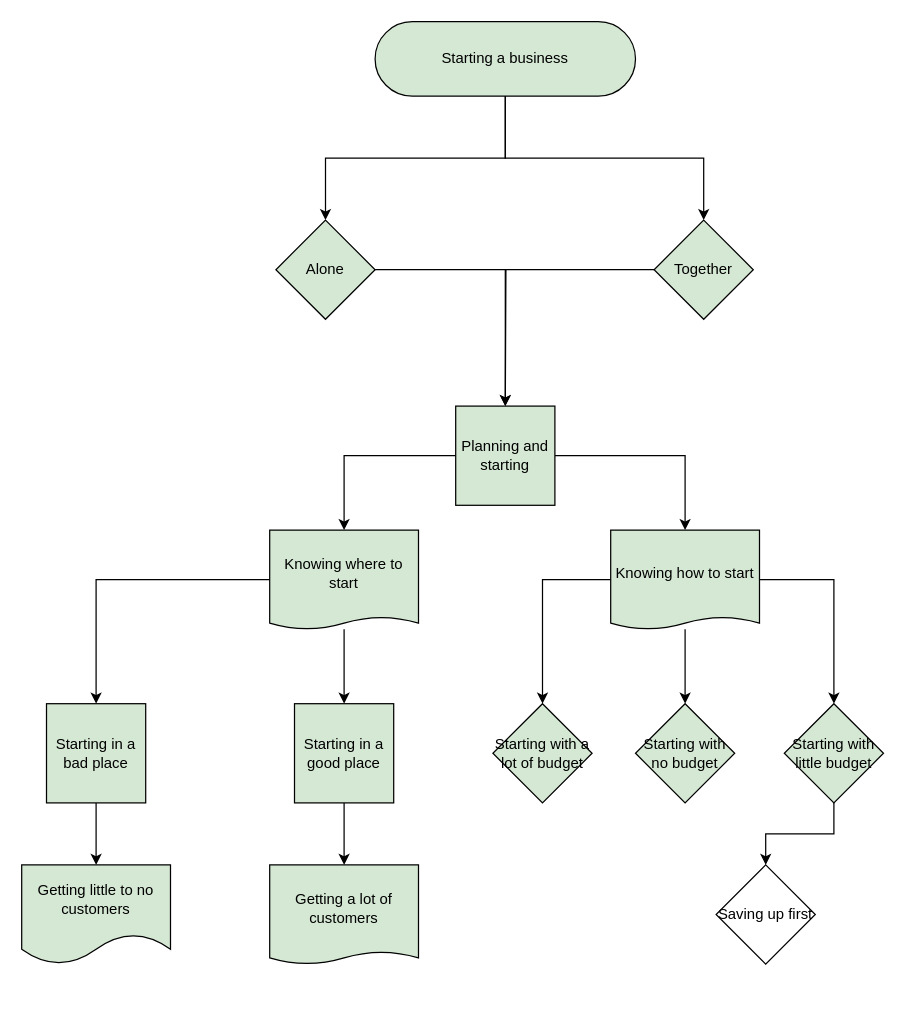
Above: abdullah abdulaziz alghamdi.drawio in saucecap/draw.io2 (draw.io), before the change. Source tidied: cells renumbered, new cells numbered last; positions are measured from the earlier drawing's top-left corner, leaving out a move shared by most shapes. Both pictures are drawn from the tidied source at 124%, with x=0, y=0 at pixel (21, 21).
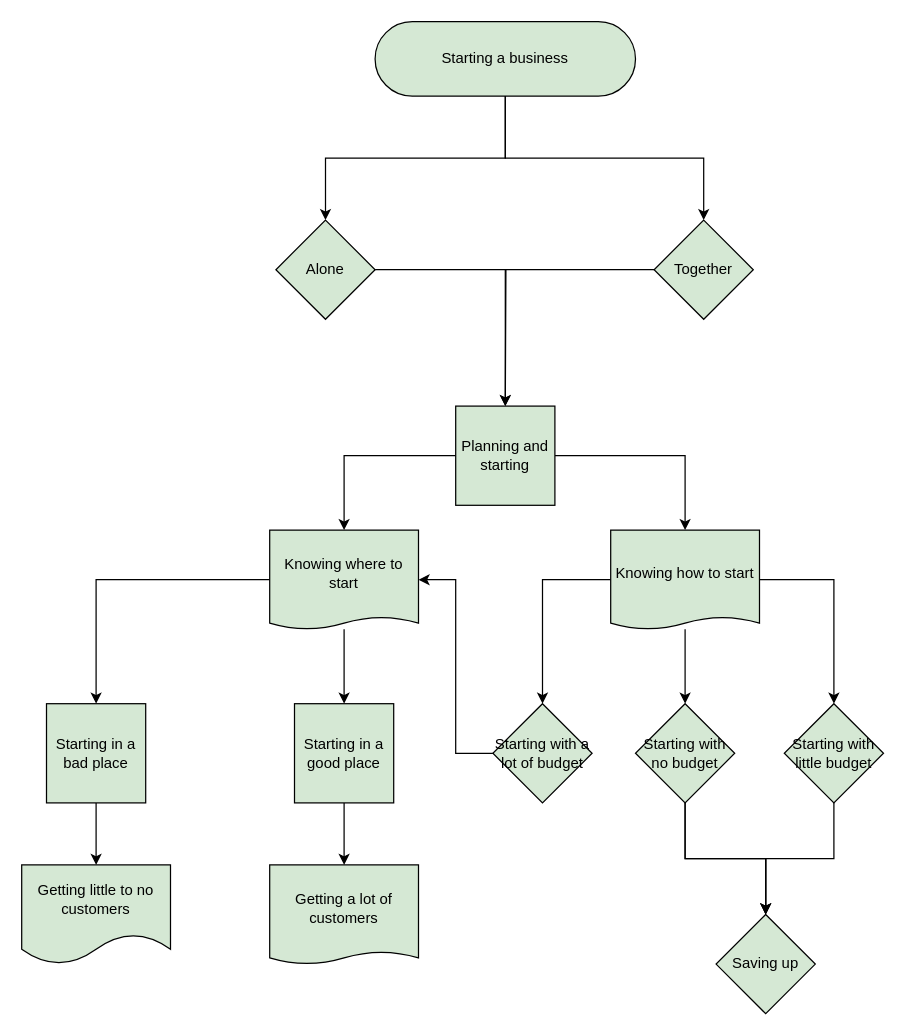
The same diagram, later.

The change refers to these unchanged cells:
```xml
<mxCell id="15" value="Knowing where to start" style="shape=document;whiteSpace=wrap;html=1;boundedLbl=1;fillColor=#d5e8d4;strokeColor=#000000;size=0.125;" parent="1" vertex="1">
  <mxGeometry x="200" y="410" width="120" height="80" as="geometry" />
</mxCell>
<mxCell id="26" value="Starting with no budget" style="rhombus;whiteSpace=wrap;html=1;fillColor=#d5e8d4;strokeColor=#000000;" parent="1" vertex="1">
  <mxGeometry x="495" y="550" width="80" height="80" as="geometry" />
</mxCell>
<mxCell id="28" value="Starting with little budget" style="rhombus;whiteSpace=wrap;html=1;fillColor=#d5e8d4;strokeColor=#000000;" parent="1" vertex="1">
  <mxGeometry x="615" y="550" width="80" height="80" as="geometry" />
</mxCell>
<mxCell id="29" value="Starting with a lot of budget" style="rhombus;whiteSpace=wrap;html=1;fillColor=#d5e8d4;strokeColor=#000000;" parent="1" vertex="1">
  <mxGeometry x="380" y="550" width="80" height="80" as="geometry" />
</mxCell>
```

Diff of the diagram source:
```diff
@@
+    <mxCell id="31" style="edgeStyle=orthogonalEdgeStyle;rounded=0;jettySize=auto;html=1;entryX=0.5;entryY=0;entryDx=0;entryDy=0;" parent="1" edge="1" source="26" target="35">
+      <mxGeometry relative="1" as="geometry" />
+    </mxCell>
+    <mxCell id="32" style="edgeStyle=orthogonalEdgeStyle;rounded=0;jettySize=auto;html=1;" parent="1" edge="1" source="26" target="35">
+      <mxGeometry relative="1" as="geometry" />
+    </mxCell>
@@
-    <mxCell id="27" style="edgeStyle=orthogonalEdgeStyle;rounded=0;jettySize=auto;html=1;entryX=0.5;entryY=0;entryDx=0;entryDy=0;" parent="1" edge="1" source="28" target="30">
-      <mxGeometry relative="1" as="geometry" />
-    </mxCell>
+    <mxCell id="33" style="edgeStyle=orthogonalEdgeStyle;rounded=0;jettySize=auto;html=1;" parent="1" edge="1" source="28" target="35">
+      <mxGeometry relative="1" as="geometry" />
+    </mxCell>
@@
+    <mxCell id="34" style="edgeStyle=orthogonalEdgeStyle;rounded=0;jettySize=auto;html=1;entryX=1;entryY=0.5;entryDx=0;entryDy=0;" parent="1" edge="1" source="29" target="15">
+      <mxGeometry relative="1" as="geometry" />
+    </mxCell>
@@
-    <mxCell id="30" value="Saving up first" style="rhombus;whiteSpace=wrap;html=1;" parent="1" vertex="1">
-      <mxGeometry x="560" y="680" width="80" height="80" as="geometry" />
-    </mxCell>
+    <mxCell id="35" value="Saving up" style="rhombus;whiteSpace=wrap;html=1;fillColor=#d5e8d4;strokeColor=#000000;" parent="1" vertex="1">
+      <mxGeometry x="560" y="720" width="80" height="80" as="geometry" />
+    </mxCell>
+    <mxCell id="36" style="edgeStyle=orthogonalEdgeStyle;rounded=0;orthogonalLoop=1;jettySize=auto;html=1;" parent="1" edge="1">
+      <mxGeometry relative="1" as="geometry">
+        <mxPoint x="334" y="880" as="sourcePoint" />
+      </mxGeometry>
+    </mxCell>
+    <mxCell id="37" style="edgeStyle=orthogonalEdgeStyle;rounded=0;orthogonalLoop=1;jettySize=auto;html=1;" parent="1" edge="1">
+      <mxGeometry relative="1" as="geometry">
+        <mxPoint x="374" y="920" as="sourcePoint" />
+      </mxGeometry>
+    </mxCell>
+    <mxCell id="38" style="edgeStyle=orthogonalEdgeStyle;rounded=0;orthogonalLoop=1;jettySize=auto;html=1;entryX=-0.014;entryY=0.624;entryDx=0;entryDy=0;entryPerimeter=0;" parent="1" edge="1">
+      <mxGeometry relative="1" as="geometry">
+        <mxPoint x="412.3" y="1057.4" as="targetPoint" />
+        <Array as="points">
+          <mxPoint x="280" y="1057" />
+          <mxPoint x="330" y="1057" />
+        </Array>
+      </mxGeometry>
+    </mxCell>
```
